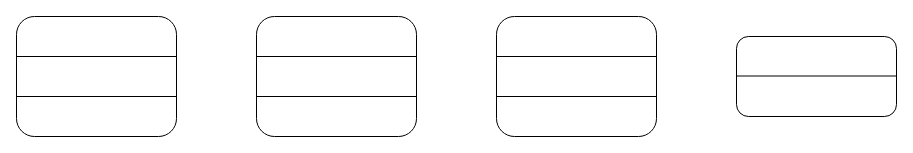
Earlier version of the draw.io diagram rtti.drawio (luxufan/simple-website-template). Source tidied: cells renumbered, new cells numbered last; positions are measured from the earlier drawing's top-left corner, leaving out a move shared by most shapes. Both pictures are drawn from the tidied source at 100%, with x=0, y=0 at pixel (16, 16).
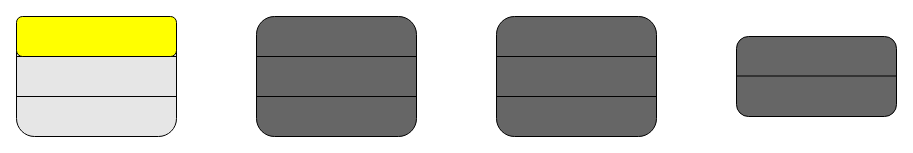
Above is the later version.

Diff of the diagram source:
```diff
@@
-    <mxCell id="2" style="rounded=1;whiteSpace=wrap;html=1;" parent="1" vertex="1">
+    <mxCell id="2" style="rounded=1;whiteSpace=wrap;html=1;fillColor=#E6E6E6;" parent="1" vertex="1">
       <mxGeometry width="160" height="120" as="geometry" />
     </mxCell>
@@
-    <mxCell id="5" style="rounded=1;whiteSpace=wrap;html=1;" parent="1" vertex="1">
+    <mxCell id="5" style="rounded=1;whiteSpace=wrap;html=1;fillColor=#666666;" parent="1" vertex="1">
       <mxGeometry x="240" width="160" height="120" as="geometry" />
     </mxCell>
@@
-    <mxCell id="8" style="rounded=1;whiteSpace=wrap;html=1;" parent="1" vertex="1">
+    <mxCell id="8" style="rounded=1;whiteSpace=wrap;html=1;fillColor=#666666;" parent="1" vertex="1">
       <mxGeometry x="480" width="160" height="120" as="geometry" />
     </mxCell>
@@
-    <mxCell id="11" style="rounded=1;whiteSpace=wrap;html=1;" parent="1" vertex="1">
+    <mxCell id="11" style="rounded=1;whiteSpace=wrap;html=1;fillColor=#666666;" parent="1" vertex="1">
       <mxGeometry x="720" y="20" width="160" height="80" as="geometry" />
     </mxCell>
@@
+    <mxCell id="13" style="rounded=1;whiteSpace=wrap;html=1;fillColor=#FFFF00;" parent="1" vertex="1">
+      <mxGeometry width="160" height="40" as="geometry" />
+    </mxCell>
```
